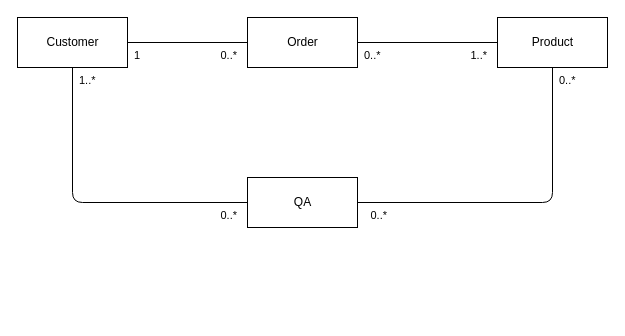
The draw.io diagram page "Page-2" (2 of 2) of web_store_db.drawio in JoelASD/advanced-db-project, before the edit. Source tidied: cells renumbered, new cells numbered last; positions are measured from the earlier drawing's top-left corner, leaving out a move shared by most shapes. Both pictures are drawn from the tidied source at 100%, with x=0, y=0 at pixel (17, 17).
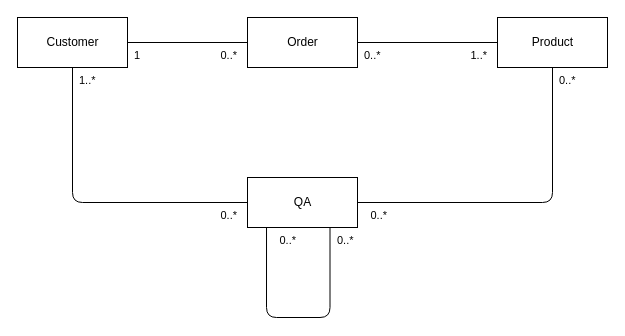
After the change.

Commit message (it also covers changes not shown here):
simple cdm updated

The change refers to these unchanged cells:
```xml
<mxCell id="5" value="QA" style="html=1;" parent="1" vertex="1">
  <mxGeometry x="230" y="160" width="110" height="50" as="geometry" />
</mxCell>
```

Diff of the diagram source:
```diff
@@
+    <mxCell id="18" style="endArrow=none;html=1;endSize=12;startArrow=none;startSize=14;startFill=0;edgeStyle=orthogonalEdgeStyle;exitX=0.75;exitY=1;exitDx=0;exitDy=0;entryX=0.173;entryY=1;entryDx=0;entryDy=0;endFill=0;entryPerimeter=0;" parent="1" edge="1" source="5" target="5">
+      <mxGeometry relative="1" as="geometry">
+        <Array as="points">
+          <mxPoint x="313" y="300" />
+          <mxPoint x="249" y="300" />
+        </Array>
+      </mxGeometry>
+    </mxCell>
+    <mxCell id="19" value="0..*" style="edgeLabel;html=1;align=left;verticalAlign=top;" parent="18" vertex="1">
+      <mxGeometry x="-1" relative="1" as="geometry">
+        <mxPoint x="5" as="offset" />
+      </mxGeometry>
+    </mxCell>
+    <mxCell id="20" value="0..*" style="edgeLabel;html=1;align=right;verticalAlign=top;" parent="18" vertex="1">
+      <mxGeometry x="1" relative="1" as="geometry">
+        <mxPoint x="30" as="offset" />
+      </mxGeometry>
+    </mxCell>
```
